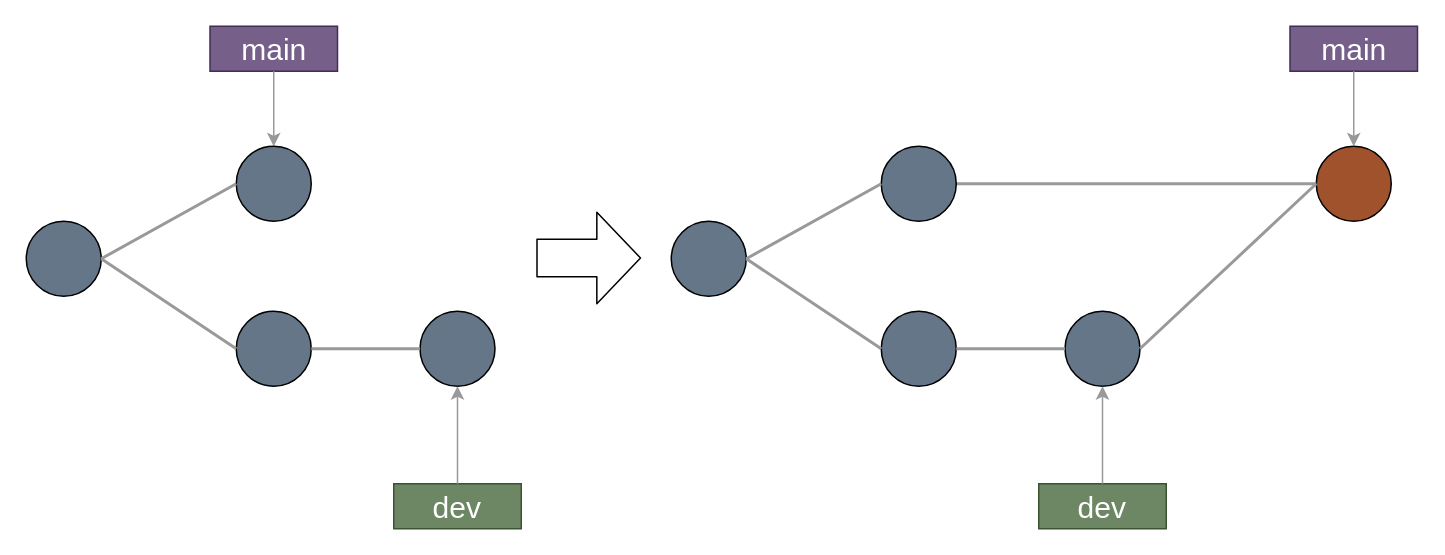
Above: slidev/drawio/git_merge.drawio in kazuyanagimoto/github-workshop (draw.io), before the change. Source tidied: cells renumbered, new cells numbered last; positions are measured from the earlier drawing's top-left corner, leaving out a move shared by most shapes. Both pictures are drawn from the tidied source at 150%, with x=0, y=0 at pixel (26, 26).
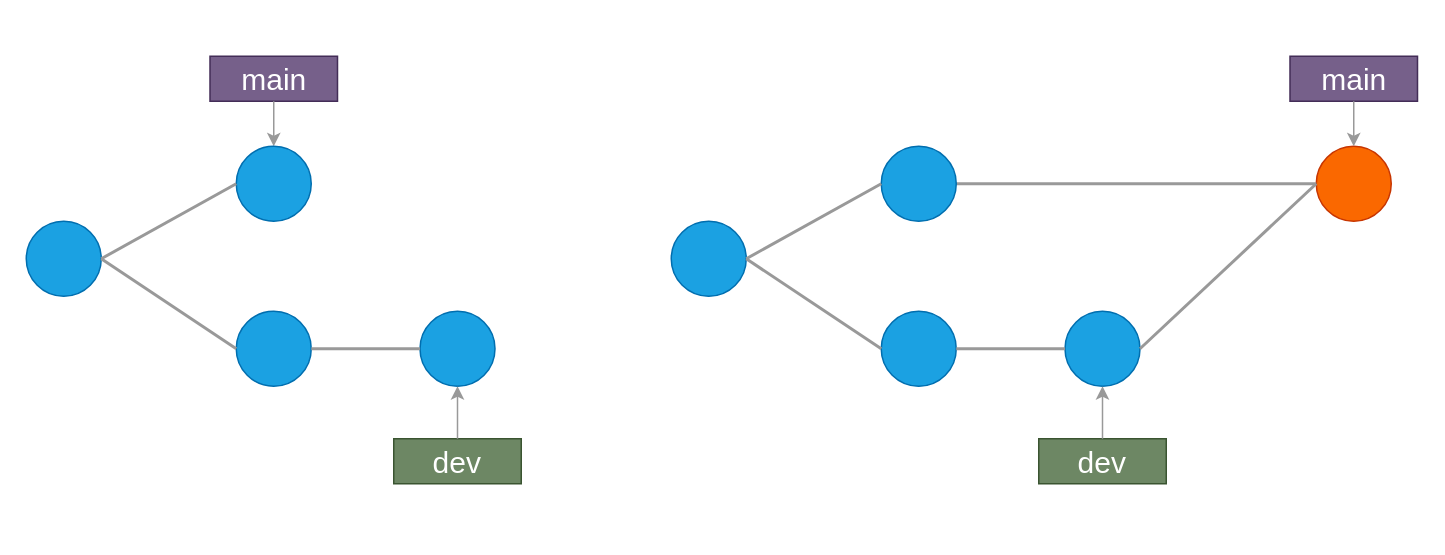
After the change.

Change to the diagram source:
```diff
@@
-    <mxCell id="2" style="ellipse;whiteSpace=wrap;html=1;fillColor=#647687;fontColor=#ffffff;strokeColor=#000000;" parent="1" vertex="1">
+    <mxCell id="2" style="ellipse;whiteSpace=wrap;html=1;fillColor=#1ba1e2;fontColor=#ffffff;strokeColor=#006EAF;" parent="1" vertex="1">
       <mxGeometry y="130" width="50" height="50" as="geometry" />
     </mxCell>
-    <mxCell id="3" style="ellipse;whiteSpace=wrap;html=1;fillColor=#647687;fontColor=#ffffff;strokeColor=#000000;" parent="1" vertex="1">
+    <mxCell id="3" style="ellipse;whiteSpace=wrap;html=1;fillColor=#1ba1e2;fontColor=#ffffff;strokeColor=#006EAF;" parent="1" vertex="1">
       <mxGeometry x="140" y="190" width="50" height="50" as="geometry" />
     </mxCell>
-    <mxCell id="4" style="ellipse;whiteSpace=wrap;html=1;fillColor=#647687;fontColor=#ffffff;strokeColor=#000000;" parent="1" vertex="1">
+    <mxCell id="4" style="ellipse;whiteSpace=wrap;html=1;fillColor=#1ba1e2;fontColor=#ffffff;strokeColor=#006EAF;" parent="1" vertex="1">
       <mxGeometry x="262.5" y="190" width="50" height="50" as="geometry" />
     </mxCell>
-    <mxCell id="5" style="ellipse;whiteSpace=wrap;html=1;fontColor=#ffffff;strokeColor=#000000;fillColor=#A0522D;" parent="1" vertex="1">
+    <mxCell id="5" style="ellipse;whiteSpace=wrap;html=1;fontColor=#000000;strokeColor=#C73500;fillColor=#fa6800;" parent="1" vertex="1">
       <mxGeometry x="860" y="80" width="50" height="50" as="geometry" />
     </mxCell>
@@
     <mxCell id="9" value="main" style="rounded=1;whiteSpace=wrap;html=1;fillColor=#76608a;strokeColor=#432D57;fontColor=#ffffff;fontSize=20;arcSize=0;" parent="1" vertex="1">
-      <mxGeometry x="122.5" width="85" height="30" as="geometry" />
+      <mxGeometry x="122.5" y="20" width="85" height="30" as="geometry" />
     </mxCell>
@@
     <mxCell id="11" value="dev" style="rounded=1;whiteSpace=wrap;html=1;fillColor=#6d8764;strokeColor=#3A5431;fontColor=#ffffff;fontSize=20;arcSize=0;" parent="1" vertex="1">
-      <mxGeometry x="245" y="305" width="85" height="30" as="geometry" />
+      <mxGeometry x="245" y="275" width="85" height="30" as="geometry" />
     </mxCell>
@@
-    <mxCell id="13" style="ellipse;whiteSpace=wrap;html=1;fillColor=#647687;fontColor=#ffffff;strokeColor=#000000;" parent="1" vertex="1">
+    <mxCell id="13" style="ellipse;whiteSpace=wrap;html=1;fillColor=#1ba1e2;fontColor=#ffffff;strokeColor=#006EAF;" parent="1" vertex="1">
       <mxGeometry x="140" y="80" width="50" height="50" as="geometry" />
     </mxCell>
@@
-    <mxCell id="15" style="ellipse;whiteSpace=wrap;html=1;fillColor=#647687;fontColor=#ffffff;strokeColor=#000000;" parent="1" vertex="1">
+    <mxCell id="15" style="ellipse;whiteSpace=wrap;html=1;fillColor=#1ba1e2;fontColor=#ffffff;strokeColor=#006EAF;" parent="1" vertex="1">
       <mxGeometry x="430" y="130" width="50" height="50" as="geometry" />
     </mxCell>
-    <mxCell id="16" style="ellipse;whiteSpace=wrap;html=1;fillColor=#647687;fontColor=#ffffff;strokeColor=#000000;" parent="1" vertex="1">
+    <mxCell id="16" style="ellipse;whiteSpace=wrap;html=1;fillColor=#1ba1e2;fontColor=#ffffff;strokeColor=#006EAF;" parent="1" vertex="1">
       <mxGeometry x="570" y="190" width="50" height="50" as="geometry" />
     </mxCell>
-    <mxCell id="17" style="ellipse;whiteSpace=wrap;html=1;fillColor=#647687;fontColor=#ffffff;strokeColor=#000000;" parent="1" vertex="1">
+    <mxCell id="17" style="ellipse;whiteSpace=wrap;html=1;fillColor=#1ba1e2;fontColor=#ffffff;strokeColor=#006EAF;" parent="1" vertex="1">
       <mxGeometry x="692.5" y="190" width="50" height="50" as="geometry" />
     </mxCell>
@@
     <mxCell id="20" value="main" style="rounded=1;whiteSpace=wrap;html=1;fillColor=#76608a;strokeColor=#432D57;fontColor=#ffffff;fontSize=20;arcSize=0;" parent="1" vertex="1">
-      <mxGeometry x="842.5" width="85" height="30" as="geometry" />
+      <mxGeometry x="842.5" y="20" width="85" height="30" as="geometry" />
     </mxCell>
@@
     <mxCell id="22" value="dev" style="rounded=1;whiteSpace=wrap;html=1;fillColor=#6d8764;strokeColor=#3A5431;fontColor=#ffffff;fontSize=20;arcSize=0;" parent="1" vertex="1">
-      <mxGeometry x="675" y="305" width="85" height="30" as="geometry" />
+      <mxGeometry x="675" y="275" width="85" height="30" as="geometry" />
     </mxCell>
@@
-    <mxCell id="24" style="ellipse;whiteSpace=wrap;html=1;fillColor=#647687;fontColor=#ffffff;strokeColor=#000000;" parent="1" vertex="1">
+    <mxCell id="24" style="ellipse;whiteSpace=wrap;html=1;fillColor=#1ba1e2;fontColor=#ffffff;strokeColor=#006EAF;" parent="1" vertex="1">
       <mxGeometry x="570" y="80" width="50" height="50" as="geometry" />
     </mxCell>
@@
-    <mxCell id="27" style="shape=flexArrow;endArrow=classic;html=1;endWidth=35;endSize=9.37;width=25;" parent="1" edge="1">
+    <mxCell id="27" style="shape=flexArrow;endArrow=classic;html=1;endWidth=35;endSize=9.37;width=25;strokeWidth=2;strokeColor=#FFFFFF;" parent="1" edge="1">
       <mxGeometry relative="1" as="geometry">
         <mxPoint x="340" y="154.5" as="sourcePoint" />
         <mxPoint x="410" y="154.5" as="targetPoint" />
       </mxGeometry>
     </mxCell>
```
